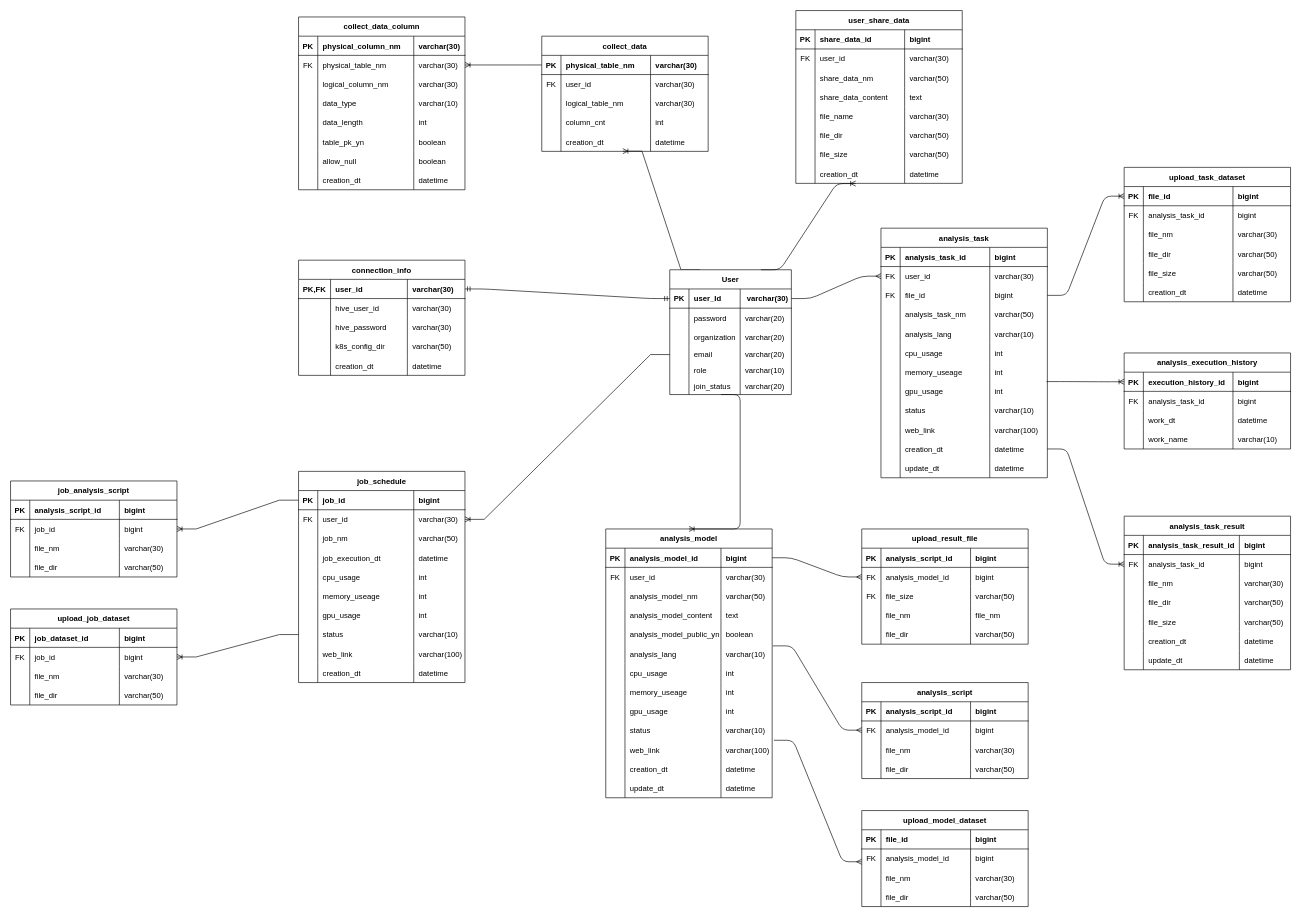
Before: 분석 플랫폼 테이블 설계.drawio in vtw-atm/bigdata-table-diagram, a draw.io diagram. Source tidied: cells renumbered, new cells numbered last; positions are measured from the earlier drawing's top-left corner, leaving out a move shared by most shapes. Both pictures are drawn from the tidied source at 64%, with x=0, y=0 at pixel (10, 10).
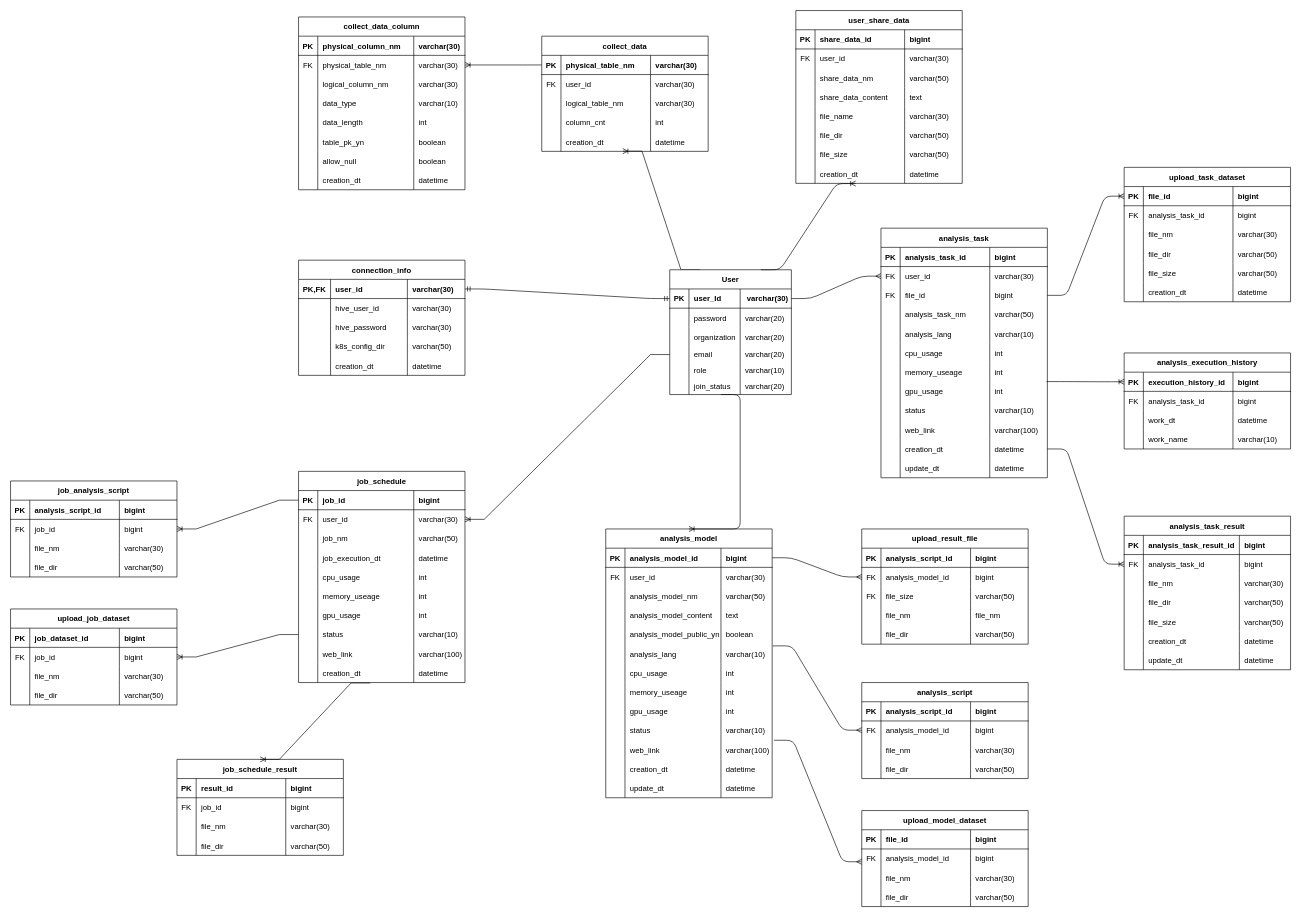
The same diagram, later.

Commit message:
분석 플랫폼 테이블 설계.drawio 업데이트

Unchanged cells that the change refers to:
```xml
<mxCell id="412" style="shape=tableRow;horizontal=0;startSize=0;swimlaneHead=0;swimlaneBody=0;fillColor=none;points=[[0,0.5],[1,0.5]];portConstraint=eastwest;top=0;left=0;right=0;bottom=0;rounded=0;" parent="375" vertex="1">
  <mxGeometry y="300" width="260" height="30" as="geometry" />
</mxCell>
```

Change to the diagram source:
```diff
@@
+    <mxCell id="453" value="job_schedule_result" style="shape=table;startSize=30;childLayout=tableLayout;rowLines=0;fontStyle=1;align=center;rounded=0;" parent="1" vertex="1">
+      <mxGeometry x="260" y="1170" width="260" height="150" as="geometry" />
+    </mxCell>
+    <mxCell id="454" style="shape=tableRow;horizontal=0;startSize=0;swimlaneHead=0;swimlaneBody=0;fillColor=none;top=0;left=0;right=0;bottom=1;rounded=0;" parent="453" vertex="1">
+      <mxGeometry y="30" width="260" height="30" as="geometry" />
+    </mxCell>
+    <mxCell id="455" value="PK" style="shape=partialRectangle;fillColor=none;top=0;left=0;bottom=0;right=0;fontStyle=1;overflow=hidden;rounded=0;" parent="454" vertex="1">
+      <mxGeometry width="30" height="30" as="geometry" />
+    </mxCell>
+    <mxCell id="456" value="result_id" style="shape=partialRectangle;fillColor=none;top=0;left=0;bottom=0;right=0;align=left;spacingLeft=6;fontStyle=1;overflow=hidden;rounded=0;" parent="454" vertex="1">
+      <mxGeometry x="30" width="140" height="30" as="geometry" />
+    </mxCell>
+    <mxCell id="457" value="bigint" style="shape=partialRectangle;fillColor=none;top=0;left=0;bottom=0;right=0;align=left;spacingLeft=6;fontStyle=1;overflow=hidden;rounded=0;" parent="454" vertex="1">
+      <mxGeometry x="170" width="90" height="30" as="geometry" />
+    </mxCell>
+    <mxCell id="458" style="shape=tableRow;horizontal=0;startSize=0;swimlaneHead=0;swimlaneBody=0;fillColor=none;top=0;left=0;right=0;bottom=0;rounded=0;" parent="453" vertex="1">
+      <mxGeometry y="60" width="260" height="30" as="geometry" />
+    </mxCell>
+    <mxCell id="459" value="FK" style="shape=partialRectangle;fillColor=none;top=0;left=0;bottom=0;right=0;overflow=hidden;rounded=0;" parent="458" vertex="1">
+      <mxGeometry width="30" height="30" as="geometry" />
+    </mxCell>
+    <mxCell id="460" value="job_id" style="shape=partialRectangle;fillColor=none;top=0;left=0;bottom=0;right=0;align=left;spacingLeft=6;overflow=hidden;rounded=0;" parent="458" vertex="1">
+      <mxGeometry x="30" width="140" height="30" as="geometry" />
+    </mxCell>
+    <mxCell id="461" value="bigint" style="shape=partialRectangle;fillColor=none;top=0;left=0;bottom=0;right=0;align=left;spacingLeft=6;overflow=hidden;rounded=0;" parent="458" vertex="1">
+      <mxGeometry x="170" width="90" height="30" as="geometry" />
+    </mxCell>
+    <mxCell id="462" style="shape=tableRow;horizontal=0;startSize=0;swimlaneHead=0;swimlaneBody=0;fillColor=none;top=0;left=0;right=0;bottom=0;rounded=0;" parent="453" vertex="1">
+      <mxGeometry y="90" width="260" height="30" as="geometry" />
+    </mxCell>
+    <mxCell id="463" style="shape=partialRectangle;fillColor=none;top=0;left=0;bottom=0;right=0;overflow=hidden;rounded=0;" parent="462" vertex="1">
+      <mxGeometry width="30" height="30" as="geometry" />
+    </mxCell>
+    <mxCell id="464" value="file_nm" style="shape=partialRectangle;fillColor=none;top=0;left=0;bottom=0;right=0;align=left;spacingLeft=6;overflow=hidden;rounded=0;" parent="462" vertex="1">
+      <mxGeometry x="30" width="140" height="30" as="geometry" />
+    </mxCell>
+    <mxCell id="465" value="varchar(30)" style="shape=partialRectangle;fillColor=none;top=0;left=0;bottom=0;right=0;align=left;spacingLeft=6;overflow=hidden;rounded=0;" parent="462" vertex="1">
+      <mxGeometry x="170" width="90" height="30" as="geometry" />
+    </mxCell>
+    <mxCell id="466" style="shape=tableRow;horizontal=0;startSize=0;swimlaneHead=0;swimlaneBody=0;fillColor=none;top=0;left=0;right=0;bottom=0;rounded=0;" parent="453" vertex="1">
+      <mxGeometry y="120" width="260" height="30" as="geometry" />
+    </mxCell>
+    <mxCell id="467" style="shape=partialRectangle;fillColor=none;top=0;left=0;bottom=0;right=0;overflow=hidden;rounded=0;" parent="466" vertex="1">
+      <mxGeometry width="30" height="30" as="geometry" />
+    </mxCell>
+    <mxCell id="468" value="file_dir" style="shape=partialRectangle;fillColor=none;top=0;left=0;bottom=0;right=0;align=left;spacingLeft=6;overflow=hidden;rounded=0;" parent="466" vertex="1">
+      <mxGeometry x="30" width="140" height="30" as="geometry" />
+    </mxCell>
+    <mxCell id="469" value="varchar(50)" style="shape=partialRectangle;fillColor=none;top=0;left=0;bottom=0;right=0;align=left;spacingLeft=6;overflow=hidden;rounded=0;" parent="466" vertex="1">
+      <mxGeometry x="170" width="90" height="30" as="geometry" />
+    </mxCell>
+    <mxCell id="470" style="edgeStyle=entityRelationEdgeStyle;fontSize=12;html=1;endArrow=ERoneToMany;rounded=0;exitX=0.431;exitY=1.022;exitDx=0;exitDy=0;entryX=0.5;entryY=0;entryDx=0;entryDy=0;exitPerimeter=0;" parent="1" edge="1" source="412" target="453">
+      <mxGeometry relative="1" as="geometry" />
+    </mxCell>
```
